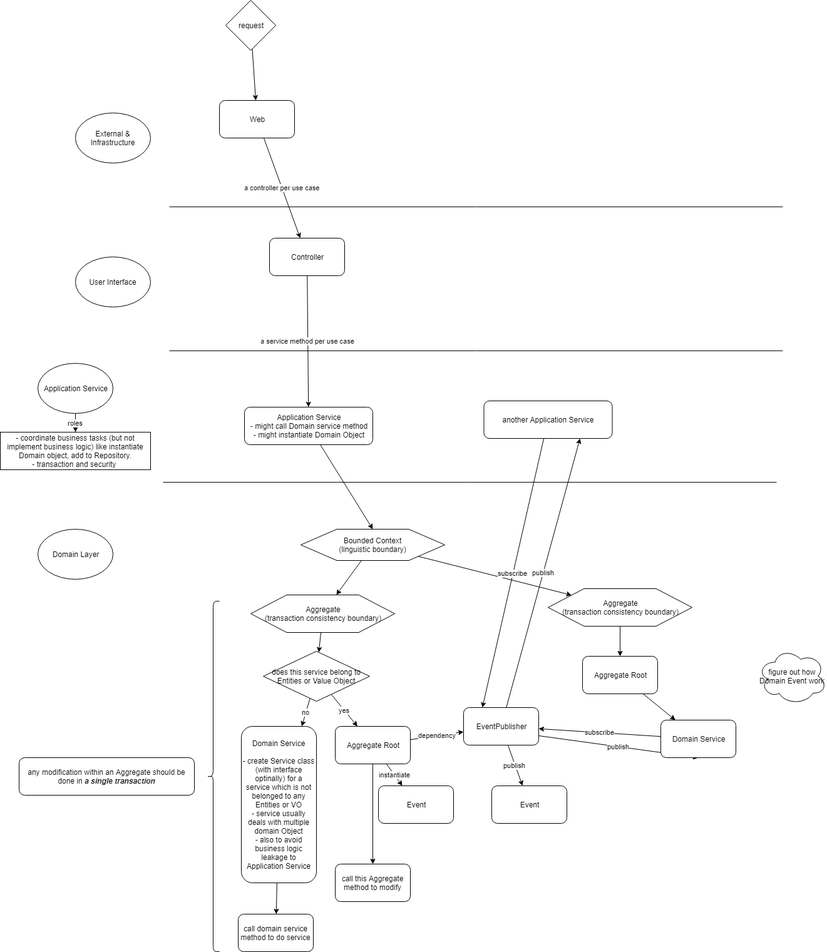
The draw.io diagram ddd_flow.PNG in stsiwo/ddd_concept, before a commit. Source tidied: cells renumbered, new cells last; positions are measured from the earlier drawing's top-left corner, leaving out a move shared by most shapes. The source it was exported from:
```xml
<mxGraphModel>
  <root>
    <mxCell id="0" />
    <mxCell id="1" parent="0" />
    <mxCell id="2" value="External &amp;amp; Infrastructure" style="ellipse;whiteSpace=wrap;html=1;" parent="1" vertex="1">
      <mxGeometry x="120" y="180" width="120" height="80" as="geometry" />
    </mxCell>
    <mxCell id="3" style="endArrow=none;html=1;" parent="1" edge="1">
      <mxGeometry relative="1" as="geometry">
        <mxPoint x="270" y="330" as="sourcePoint" />
        <mxPoint x="1250" y="330" as="targetPoint" />
      </mxGeometry>
    </mxCell>
    <mxCell id="4" value="User Interface" style="ellipse;whiteSpace=wrap;html=1;" parent="1" vertex="1">
      <mxGeometry x="120" y="410" width="120" height="80" as="geometry" />
    </mxCell>
    <mxCell id="5" style="endArrow=none;html=1;" parent="1" edge="1">
      <mxGeometry relative="1" as="geometry">
        <mxPoint x="270" y="560" as="sourcePoint" />
        <mxPoint x="1250" y="560" as="targetPoint" />
      </mxGeometry>
    </mxCell>
    <mxCell id="6" value="roles" style="edgeStyle=none;rounded=0;jettySize=auto;html=1;" parent="1" edge="1" source="7" target="33">
      <mxGeometry relative="1" as="geometry" />
    </mxCell>
    <mxCell id="7" value="Application Service" style="ellipse;whiteSpace=wrap;html=1;" parent="1" vertex="1">
      <mxGeometry x="60" y="580" width="120" height="80" as="geometry" />
    </mxCell>
    <mxCell id="8" style="endArrow=none;html=1;" parent="1" edge="1">
      <mxGeometry relative="1" as="geometry">
        <mxPoint x="260" y="770" as="sourcePoint" />
        <mxPoint x="1240" y="770" as="targetPoint" />
      </mxGeometry>
    </mxCell>
    <mxCell id="9" value="Domain Layer" style="ellipse;whiteSpace=wrap;html=1;" parent="1" vertex="1">
      <mxGeometry x="60" y="845" width="120" height="80" as="geometry" />
    </mxCell>
    <mxCell id="10" value="a controller per use case" style="edgeStyle=none;rounded=0;jettySize=auto;html=1;" parent="1" edge="1" source="11" target="15">
      <mxGeometry relative="1" as="geometry" />
    </mxCell>
    <mxCell id="11" value="Web" style="rounded=1;whiteSpace=wrap;html=1;" parent="1" vertex="1">
      <mxGeometry x="350" y="160" width="120" height="60" as="geometry" />
    </mxCell>
    <mxCell id="12" style="rounded=0;jettySize=auto;html=1;" parent="1" edge="1" source="13" target="11">
      <mxGeometry relative="1" as="geometry" />
    </mxCell>
    <mxCell id="13" value="request" style="rhombus;whiteSpace=wrap;html=1;" parent="1" vertex="1">
      <mxGeometry x="360" width="80" height="80" as="geometry" />
    </mxCell>
    <mxCell id="14" value="a service method per use case" style="edgeStyle=none;rounded=0;jettySize=auto;html=1;" parent="1" edge="1" source="15" target="17">
      <mxGeometry relative="1" as="geometry" />
    </mxCell>
    <mxCell id="15" value="Controller" style="rounded=1;whiteSpace=wrap;html=1;" parent="1" vertex="1">
      <mxGeometry x="430" y="380" width="120" height="60" as="geometry" />
    </mxCell>
    <mxCell id="16" style="edgeStyle=none;rounded=0;jettySize=auto;html=1;entryX=0.5;entryY=0;entryDx=0;entryDy=0;" parent="1" edge="1" source="17" target="36">
      <mxGeometry relative="1" as="geometry" />
    </mxCell>
    <mxCell id="17" value="Application Service&lt;br&gt;- might call Domain service method&lt;br&gt;- might instantiate Domain Object&lt;br&gt;" style="rounded=1;whiteSpace=wrap;html=1;" parent="1" vertex="1">
      <mxGeometry x="390" y="650" width="205" height="60" as="geometry" />
    </mxCell>
    <mxCell id="18" style="edgeStyle=none;rounded=0;jettySize=auto;html=1;" parent="1" edge="1" source="19" target="41">
      <mxGeometry relative="1" as="geometry" />
    </mxCell>
    <mxCell id="19" value="Domain Service&lt;br&gt;&lt;br&gt;- create Service class (with interface optinally) for a service which is not belonged to any Entities or VO&lt;br&gt;- service usually deals with multiple domain Object&lt;br&gt;- also to avoid business logic leakage to Application Service&lt;br&gt;" style="rounded=1;whiteSpace=wrap;html=1;" parent="1" vertex="1">
      <mxGeometry x="385" y="1160" width="120" height="250" as="geometry" />
    </mxCell>
    <mxCell id="20" value="no" style="edgeStyle=none;rounded=0;jettySize=auto;html=1;" parent="1" edge="1" source="22" target="19">
      <mxGeometry relative="1" as="geometry" />
    </mxCell>
    <mxCell id="21" value="yes" style="edgeStyle=none;rounded=0;jettySize=auto;html=1;" parent="1" edge="1" source="22" target="26">
      <mxGeometry relative="1" as="geometry" />
    </mxCell>
    <mxCell id="22" value="does this service belong to Entities or Value Object" style="rhombus;whiteSpace=wrap;html=1;" parent="1" vertex="1">
      <mxGeometry x="420" y="1040" width="170" height="80" as="geometry" />
    </mxCell>
    <mxCell id="23" style="edgeStyle=none;rounded=0;jettySize=auto;html=1;" parent="1" edge="1" source="26" target="32">
      <mxGeometry relative="1" as="geometry" />
    </mxCell>
    <mxCell id="24" value="instantiate" style="edgeStyle=none;rounded=0;jettySize=auto;html=1;" parent="1" edge="1" source="26" target="50">
      <mxGeometry relative="1" as="geometry" />
    </mxCell>
    <mxCell id="25" value="dependency" style="edgeStyle=none;rounded=0;jettySize=auto;html=1;" parent="1" edge="1" source="26" target="30">
      <mxGeometry relative="1" as="geometry" />
    </mxCell>
    <mxCell id="26" value="Aggregate Root" style="rounded=1;whiteSpace=wrap;html=1;" parent="1" vertex="1">
      <mxGeometry x="535" y="1160" width="120" height="60" as="geometry" />
    </mxCell>
    <mxCell id="27" value="publish&amp;nbsp;" style="edgeStyle=none;rounded=0;jettySize=auto;html=1;" parent="1" edge="1" source="30" target="31">
      <mxGeometry relative="1" as="geometry" />
    </mxCell>
    <mxCell id="28" value="publish" style="edgeStyle=none;rounded=0;jettySize=auto;html=1;entryX=0.5;entryY=1;entryDx=0;entryDy=0;exitX=1;exitY=0.75;exitDx=0;exitDy=0;" parent="1" edge="1" source="30" target="49">
      <mxGeometry relative="1" as="geometry" />
    </mxCell>
    <mxCell id="29" value="publish" style="edgeStyle=none;rounded=0;jettySize=auto;html=1;entryX=0.75;entryY=1;entryDx=0;entryDy=0;" parent="1" edge="1" source="30" target="52">
      <mxGeometry relative="1" as="geometry" />
    </mxCell>
    <mxCell id="30" value="EventPublisher" style="rounded=1;whiteSpace=wrap;html=1;" parent="1" vertex="1">
      <mxGeometry x="740" y="1130" width="120" height="60" as="geometry" />
    </mxCell>
    <mxCell id="31" value="Event" style="rounded=1;whiteSpace=wrap;html=1;" parent="1" vertex="1">
      <mxGeometry x="785" y="1255" width="120" height="60" as="geometry" />
    </mxCell>
    <mxCell id="32" value="call this Aggregate method to modify" style="rounded=1;whiteSpace=wrap;html=1;" parent="1" vertex="1">
      <mxGeometry x="535" y="1380" width="120" height="60" as="geometry" />
    </mxCell>
    <mxCell id="33" value="- coordinate business tasks (but not implement business logic) like instantiate Domain object, add to Repository.&lt;br&gt;- transaction and security&amp;nbsp;&lt;br&gt;" style="rounded=0;whiteSpace=wrap;html=1;" parent="1" vertex="1">
      <mxGeometry y="690" width="240" height="60" as="geometry" />
    </mxCell>
    <mxCell id="34" style="edgeStyle=none;rounded=0;jettySize=auto;html=1;" parent="1" edge="1" source="36" target="38">
      <mxGeometry relative="1" as="geometry" />
    </mxCell>
    <mxCell id="35" style="edgeStyle=none;rounded=0;jettySize=auto;html=1;" parent="1" edge="1" source="36" target="40">
      <mxGeometry relative="1" as="geometry" />
    </mxCell>
    <mxCell id="36" value="Bounded Context&lt;br&gt;(linguistic boundary)&lt;br&gt;" style="shape=hexagon;perimeter=hexagonPerimeter2;whiteSpace=wrap;html=1;" parent="1" vertex="1">
      <mxGeometry x="480" y="845" width="230" height="50" as="geometry" />
    </mxCell>
    <mxCell id="37" style="edgeStyle=none;rounded=0;jettySize=auto;html=1;" parent="1" edge="1" source="38" target="22">
      <mxGeometry relative="1" as="geometry" />
    </mxCell>
    <mxCell id="38" value="Aggregate&lt;br&gt;(transaction consistency boundary)&lt;br&gt;" style="shape=hexagon;perimeter=hexagonPerimeter2;whiteSpace=wrap;html=1;" parent="1" vertex="1">
      <mxGeometry x="400" y="950" width="230" height="60" as="geometry" />
    </mxCell>
    <mxCell id="39" style="edgeStyle=none;rounded=0;jettySize=auto;html=1;" parent="1" edge="1" source="40" target="47">
      <mxGeometry relative="1" as="geometry" />
    </mxCell>
    <mxCell id="40" value="Aggregate&lt;br&gt;(transaction consistency boundary)&lt;br&gt;" style="shape=hexagon;perimeter=hexagonPerimeter2;whiteSpace=wrap;html=1;" parent="1" vertex="1">
      <mxGeometry x="875" y="940" width="230" height="60" as="geometry" />
    </mxCell>
    <mxCell id="41" value="call domain service method to do service" style="rounded=1;whiteSpace=wrap;html=1;" parent="1" vertex="1">
      <mxGeometry x="380" y="1460" width="120" height="60" as="geometry" />
    </mxCell>
    <mxCell id="42" style="shape=curlyBracket;whiteSpace=wrap;html=1;rounded=1;" parent="1" vertex="1">
      <mxGeometry x="330" y="960" width="20" height="560" as="geometry" />
    </mxCell>
    <mxCell id="43" value="any modification within an Aggregate should be done in &lt;b&gt;&lt;i&gt;a single transaction&lt;/i&gt;&lt;/b&gt;" style="rounded=1;whiteSpace=wrap;html=1;" parent="1" vertex="1">
      <mxGeometry x="30" y="1210" width="280" height="60" as="geometry" />
    </mxCell>
    <mxCell id="44" value="figure out how Domain Event work" style="ellipse;shape=cloud;whiteSpace=wrap;html=1;" parent="1" vertex="1">
      <mxGeometry x="1210" y="1035" width="110" height="90" as="geometry" />
    </mxCell>
    <mxCell id="45" value="&amp;nbsp; &amp;nbsp; &amp;nbsp;" style="text;html=1;align=left;verticalAlign=top;spacingTop=-4;" parent="1" vertex="1">
      <mxGeometry x="664" y="1078" width="30" height="20" as="geometry" />
    </mxCell>
    <mxCell id="46" style="edgeStyle=none;rounded=0;jettySize=auto;html=1;" parent="1" edge="1" source="47" target="49">
      <mxGeometry relative="1" as="geometry" />
    </mxCell>
    <mxCell id="47" value="Aggregate Root" style="rounded=1;whiteSpace=wrap;html=1;" parent="1" vertex="1">
      <mxGeometry x="930" y="1048" width="120" height="60" as="geometry" />
    </mxCell>
    <mxCell id="48" value="subscribe" style="edgeStyle=none;rounded=0;jettySize=auto;html=1;" parent="1" edge="1" source="49" target="30">
      <mxGeometry relative="1" as="geometry" />
    </mxCell>
    <mxCell id="49" value="Domain Service" style="rounded=1;whiteSpace=wrap;html=1;" parent="1" vertex="1">
      <mxGeometry x="1055" y="1150" width="120" height="60" as="geometry" />
    </mxCell>
    <mxCell id="50" value="Event" style="rounded=1;whiteSpace=wrap;html=1;" parent="1" vertex="1">
      <mxGeometry x="604" y="1255" width="120" height="60" as="geometry" />
    </mxCell>
    <mxCell id="51" value="subscribe" style="edgeStyle=none;rounded=0;jettySize=auto;html=1;entryX=0.25;entryY=0;entryDx=0;entryDy=0;" parent="1" edge="1" source="52" target="30">
      <mxGeometry relative="1" as="geometry" />
    </mxCell>
    <mxCell id="52" value="another Application Service" style="rounded=1;whiteSpace=wrap;html=1;" parent="1" vertex="1">
      <mxGeometry x="772.5" y="640" width="205" height="60" as="geometry" />
    </mxCell>
  </root>
</mxGraphModel>
```
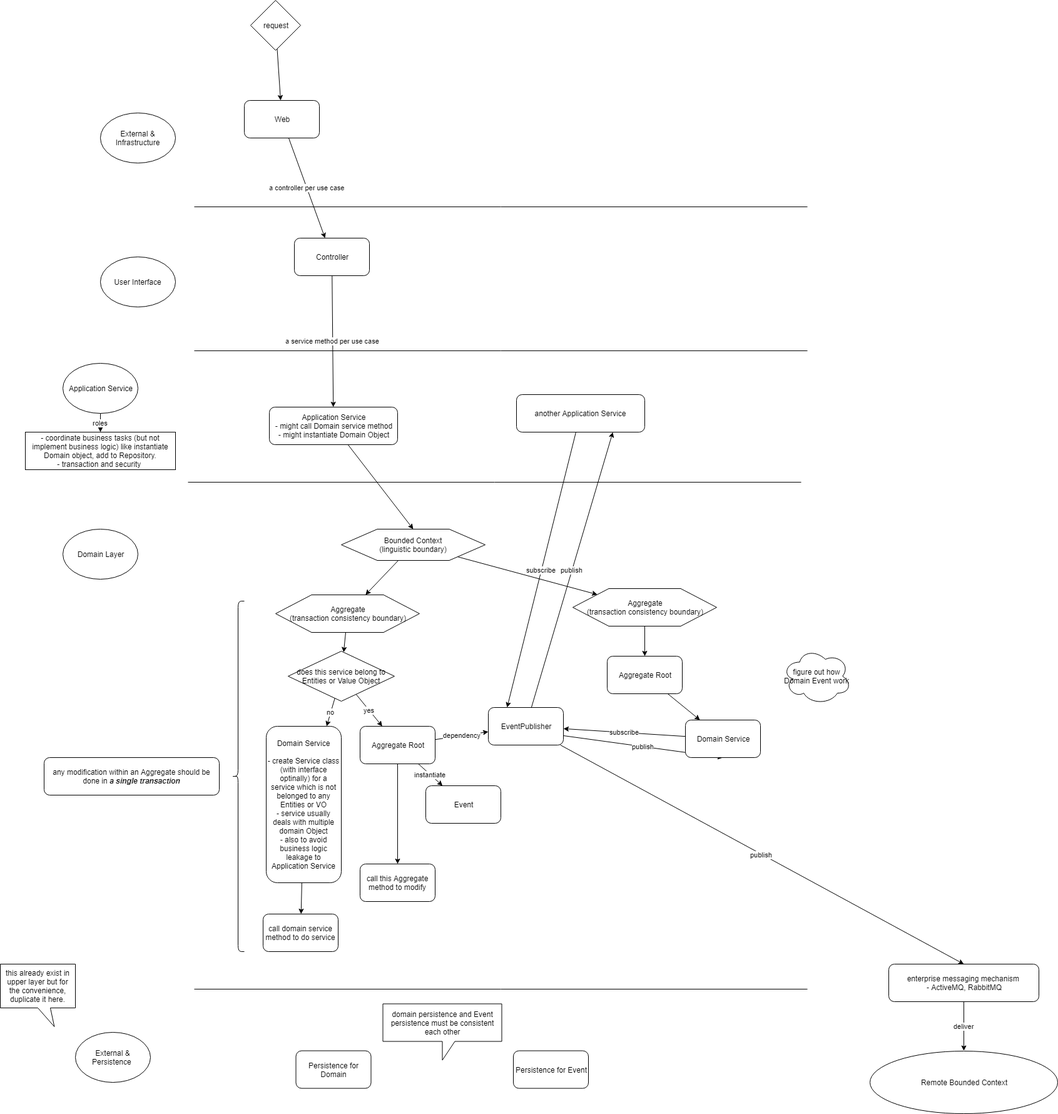
Later version of the same file.

What changed in the source:
```diff
@@ -86,7 +86,7 @@
     <mxCell id="26" value="Aggregate Root" style="rounded=1;whiteSpace=wrap;html=1;" parent="1" vertex="1">
       <mxGeometry x="535" y="1160" width="120" height="60" as="geometry" />
     </mxCell>
-    <mxCell id="27" value="publish&amp;nbsp;" style="edgeStyle=none;rounded=0;jettySize=auto;html=1;" parent="1" edge="1" source="30" target="31">
+    <mxCell id="27" value="publish&amp;nbsp;" style="edgeStyle=none;rounded=0;jettySize=auto;html=1;entryX=0.5;entryY=0;entryDx=0;entryDy=0;" parent="1" edge="1" source="30" target="55">
       <mxGeometry relative="1" as="geometry" />
     </mxCell>
     <mxCell id="28" value="publish" style="edgeStyle=none;rounded=0;jettySize=auto;html=1;entryX=0.5;entryY=1;entryDx=0;entryDy=0;exitX=1;exitY=0.75;exitDx=0;exitDy=0;" parent="1" edge="1" source="30" target="49">
@@ -98,9 +98,6 @@
     <mxCell id="30" value="EventPublisher" style="rounded=1;whiteSpace=wrap;html=1;" parent="1" vertex="1">
       <mxGeometry x="740" y="1130" width="120" height="60" as="geometry" />
     </mxCell>
-    <mxCell id="31" value="Event" style="rounded=1;whiteSpace=wrap;html=1;" parent="1" vertex="1">
-      <mxGeometry x="785" y="1255" width="120" height="60" as="geometry" />
-    </mxCell>
     <mxCell id="32" value="call this Aggregate method to modify" style="rounded=1;whiteSpace=wrap;html=1;" parent="1" vertex="1">
       <mxGeometry x="535" y="1380" width="120" height="60" as="geometry" />
     </mxCell>
@@ -114,7 +111,7 @@
       <mxGeometry relative="1" as="geometry" />
     </mxCell>
     <mxCell id="36" value="Bounded Context&lt;br&gt;(linguistic boundary)&lt;br&gt;" style="shape=hexagon;perimeter=hexagonPerimeter2;whiteSpace=wrap;html=1;" parent="1" vertex="1">
-      <mxGeometry x="480" y="845" width="230" height="50" as="geometry" />
+      <mxGeometry x="505" y="845" width="230" height="50" as="geometry" />
     </mxCell>
     <mxCell id="37" style="edgeStyle=none;rounded=0;jettySize=auto;html=1;" parent="1" edge="1" source="38" target="22">
       <mxGeometry relative="1" as="geometry" />
@@ -156,13 +153,43 @@
       <mxGeometry x="1055" y="1150" width="120" height="60" as="geometry" />
     </mxCell>
     <mxCell id="50" value="Event" style="rounded=1;whiteSpace=wrap;html=1;" parent="1" vertex="1">
-      <mxGeometry x="604" y="1255" width="120" height="60" as="geometry" />
+      <mxGeometry x="640" y="1255" width="120" height="60" as="geometry" />
     </mxCell>
     <mxCell id="51" value="subscribe" style="edgeStyle=none;rounded=0;jettySize=auto;html=1;entryX=0.25;entryY=0;entryDx=0;entryDy=0;" parent="1" edge="1" source="52" target="30">
       <mxGeometry relative="1" as="geometry" />
     </mxCell>
     <mxCell id="52" value="another Application Service" style="rounded=1;whiteSpace=wrap;html=1;" parent="1" vertex="1">
-      <mxGeometry x="772.5" y="640" width="205" height="60" as="geometry" />
+      <mxGeometry x="785" y="630" width="205" height="60" as="geometry" />
     </mxCell>
+    <mxCell id="53" value="Remote Bounded Context" style="ellipse;whiteSpace=wrap;html=1;" parent="1" vertex="1">
+      <mxGeometry x="1350" y="1678.5" width="300" height="100" as="geometry" />
+    </mxCell>
+    <mxCell id="54" value="deliver" style="edgeStyle=none;rounded=0;jettySize=auto;html=1;" parent="1" edge="1" source="55" target="53">
+      <mxGeometry relative="1" as="geometry" />
+    </mxCell>
+    <mxCell id="55" value="enterprise messaging mechanism&amp;nbsp;&lt;br&gt;- ActiveMQ, RabbitMQ&lt;br&gt;" style="rounded=1;whiteSpace=wrap;html=1;" parent="1" vertex="1">
+      <mxGeometry x="1380" y="1540" width="240" height="60" as="geometry" />
+    </mxCell>
+    <mxCell id="56" value="Persistence for Domain" style="rounded=1;whiteSpace=wrap;html=1;" parent="1" vertex="1">
+      <mxGeometry x="432.5" y="1678.5" width="120" height="60" as="geometry" />
+    </mxCell>
+    <mxCell id="57" value="Persistence for Event" style="rounded=1;whiteSpace=wrap;html=1;" parent="1" vertex="1">
+      <mxGeometry x="780" y="1678.5" width="120" height="60" as="geometry" />
+    </mxCell>
+    <mxCell id="58" value="External &amp;amp; Persistence&amp;nbsp;" style="ellipse;whiteSpace=wrap;html=1;" parent="1" vertex="1">
+      <mxGeometry x="80" y="1648.5" width="120" height="80" as="geometry" />
+    </mxCell>
+    <mxCell id="59" style="endArrow=none;html=1;" parent="1" edge="1">
+      <mxGeometry relative="1" as="geometry">
+        <mxPoint x="270" y="1580" as="sourcePoint" />
+        <mxPoint x="1250" y="1580" as="targetPoint" />
+      </mxGeometry>
+    </mxCell>
+    <mxCell id="60" value="this already exist in upper layer but for the convenience, duplicate it here." style="shape=callout;whiteSpace=wrap;html=1;perimeter=calloutPerimeter;position2=0.72;" parent="1" vertex="1">
+      <mxGeometry x="-40" y="1540" width="120" height="100" as="geometry" />
+    </mxCell>
+    <mxCell id="61" value="domain persistence and Event persistence must be consistent each other" style="shape=callout;whiteSpace=wrap;html=1;perimeter=calloutPerimeter;" parent="1" vertex="1">
+      <mxGeometry x="571.5" y="1603.5" width="190" height="90" as="geometry" />
+    </mxCell>
   </root>
 </mxGraphModel>
```
